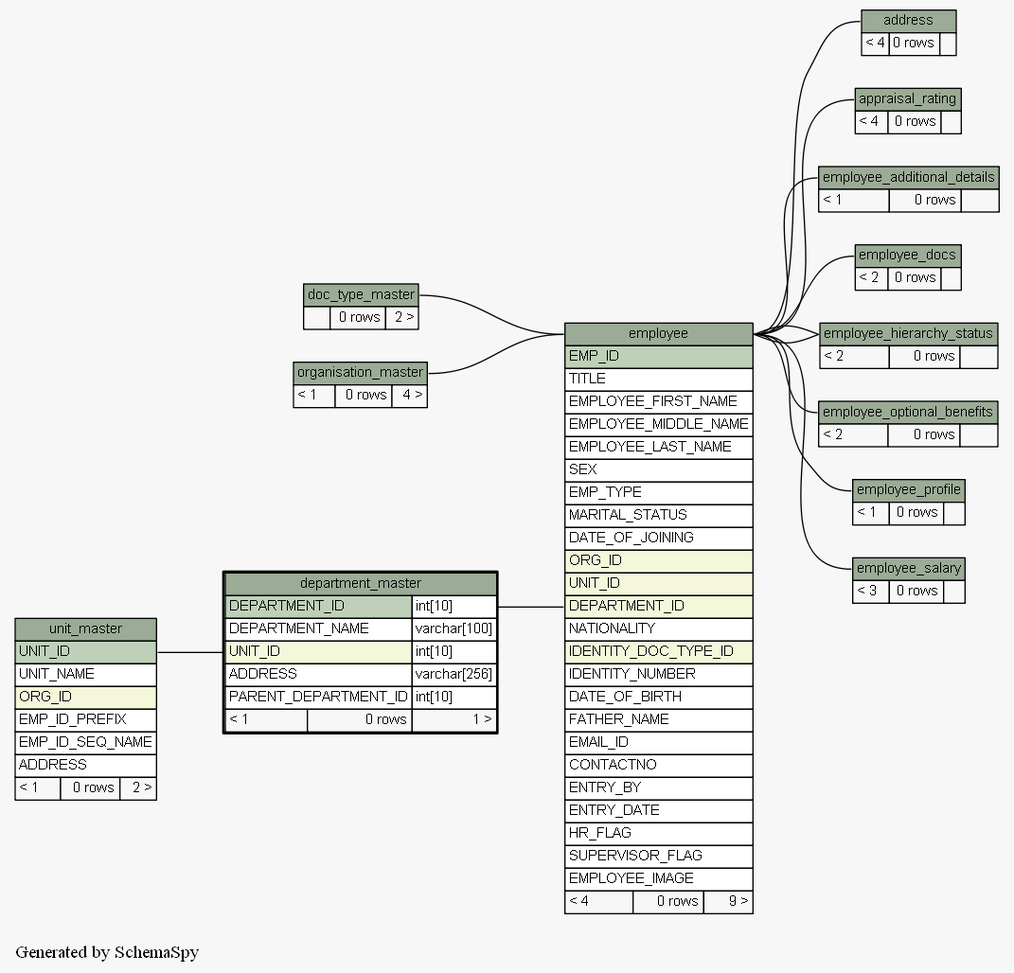
The Graphviz diagram docs/database/schemaspy/graphs/department_master.2degrees.png in engineerscraft/hrms, before a commit. Its source is kept beside it as docs/database/schemaspy/graphs/department_master.2degrees.dot.
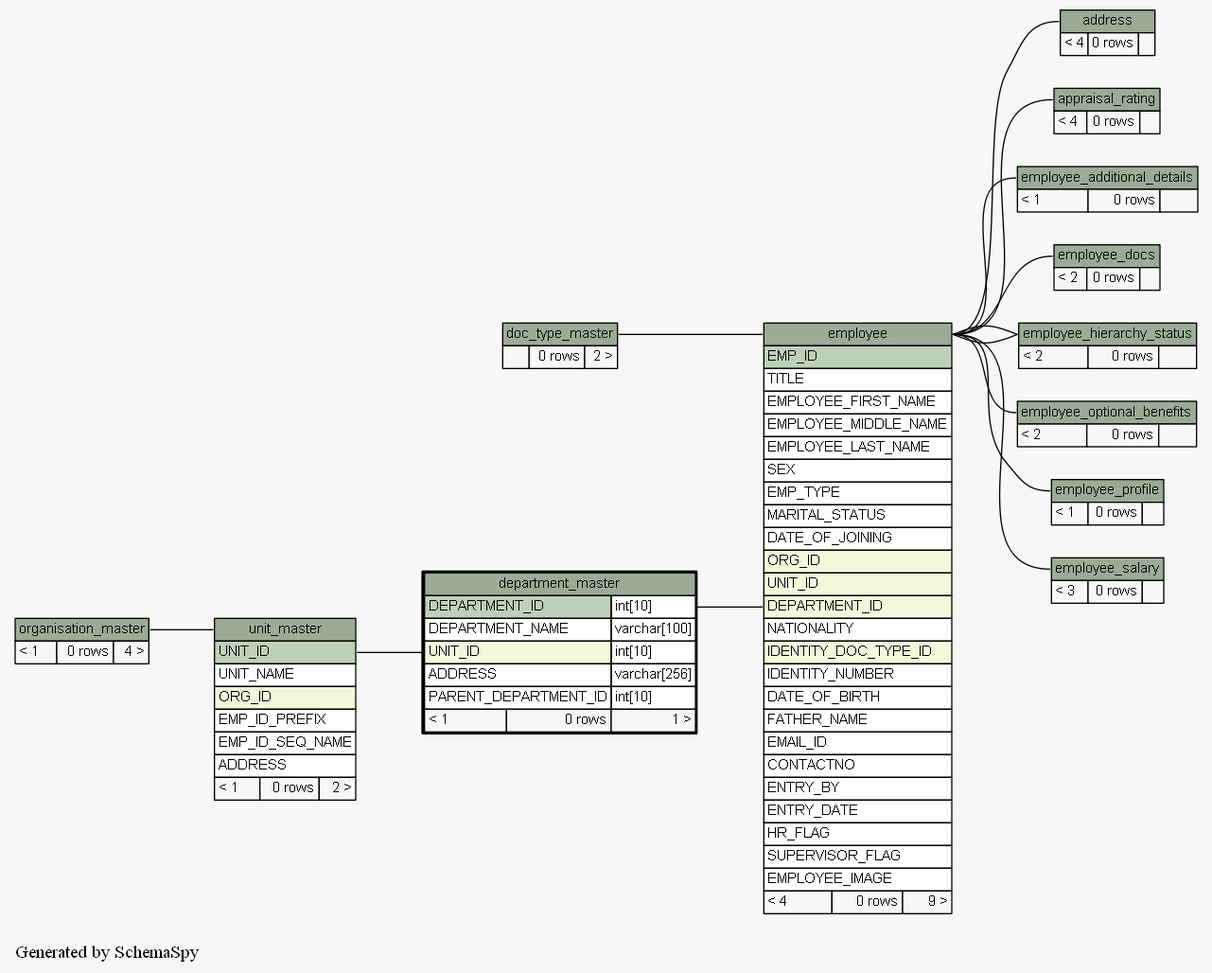
After the change.

Change to the diagram source:
```diff
@@ -18,7 +18,6 @@
   "department_master":"UNIT_ID":w -> "unit_master":"UNIT_ID":e [arrowtail=crowodot arrowhead=none];
   "employee":"DEPARTMENT_ID":w -> "department_master":"DEPARTMENT_ID.type":e [arrowtail=crowodot arrowhead=none];
   "employee":"employee.heading":w -> "doc_type_master":"doc_type_master.heading":e [arrowtail=crowodot arrowhead=none];
-  "employee":"employee.heading":w -> "organisation_master":"organisation_master.heading":e [arrowtail=crowodot arrowhead=none];
   "employee_additional_details":"employee_additional_details.heading":w -> "employee":"employee.heading":e [arrowtail=tee arrowhead=none];
   "employee_docs":"employee_docs.heading":w -> "employee":"employee.heading":e [arrowtail=crowtee arrowhead=none];
   "employee_hierarchy_status":"employee_hierarchy_status.heading":w -> "employee":"employee.heading":e [arrowtail=tee arrowhead=none];
@@ -26,6 +25,7 @@
   "employee_optional_benefits":"employee_optional_benefits.heading":w -> "employee":"employee.heading":e [arrowtail=crowodot arrowhead=none];
   "employee_profile":"employee_profile.heading":w -> "employee":"employee.heading":e [arrowtail=tee arrowhead=none];
   "employee_salary":"employee_salary.heading":w -> "employee":"employee.heading":e [arrowtail=crowtee arrowhead=none];
+  "unit_master":"unit_master.heading":w -> "organisation_master":"organisation_master.heading":e [arrowtail=crowodot arrowhead=none];
   "address" [
     label=<
     <TABLE BORDER="0" CELLBORDER="1" CELLSPACING="0" BGCOLOR="#ffffff">
```
